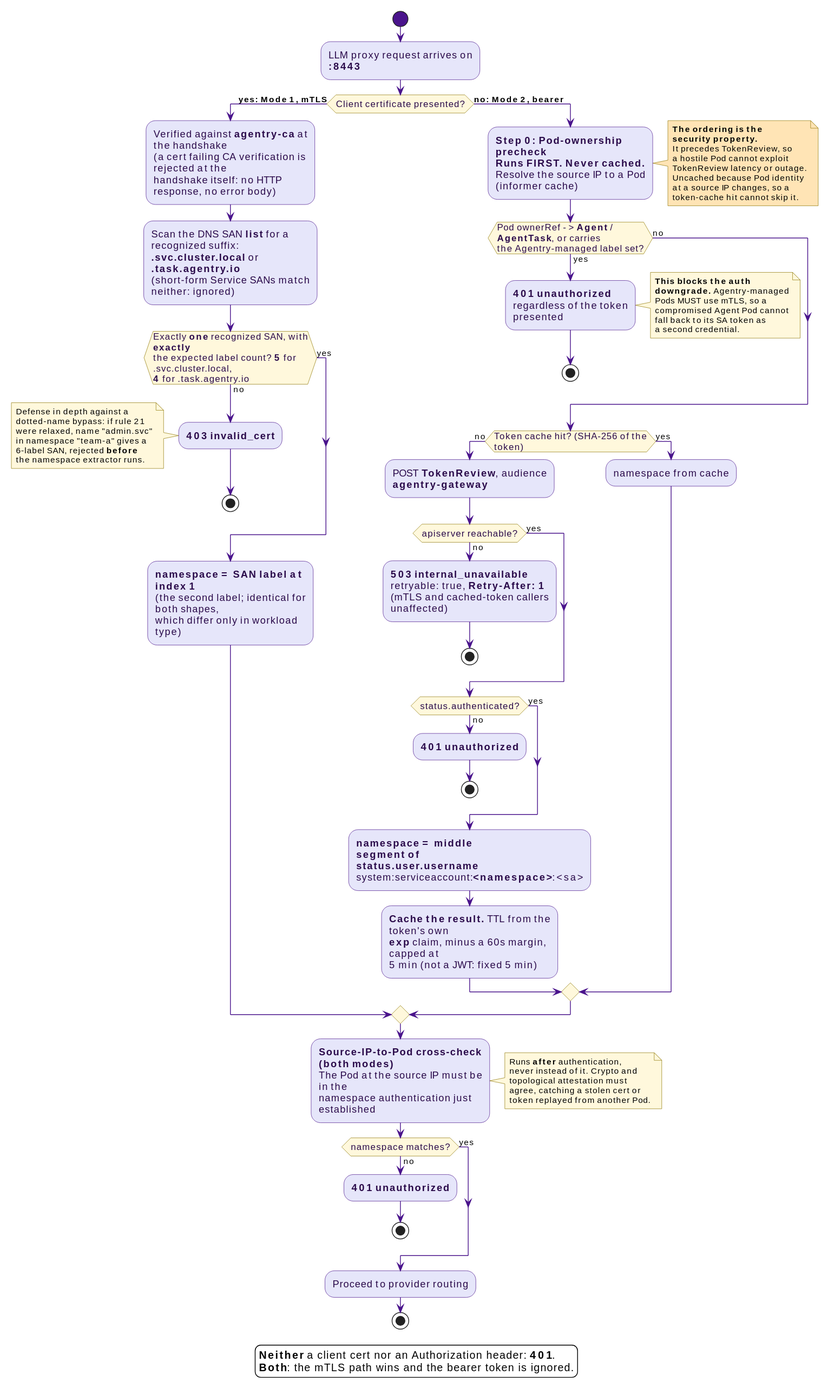
win07xp/kaalm keeps this PlantUML diagram as docs/src/diagrams/workload-auth-modes.svg. Above is the earlier version. Source of this version:
```plantuml
@startuml
!include _style.puml

start
:LLM proxy request arrives on **:8443**;

if (Client certificate presented?) then (**yes: Mode 1, mTLS**)

  :Verified against **agentry-ca** at the handshake\n(a cert failing CA verification is rejected at the\nhandshake itself: no HTTP response, no error body);

  :Scan the DNS SAN **list** for a recognized suffix:\n**.svc.cluster.local** or **.task.agentry.io**\n(short-form Service SANs match neither: ignored);

  if (Exactly **one** recognized SAN, with **exactly**\nthe expected label count? **5** for .svc.cluster.local,\n**4** for .task.agentry.io) then (no)
    :**403 invalid_cert**;
    note left
      Defense in depth against a
      dotted-name bypass: if rule 21
      were relaxed, name "admin.svc"
      in namespace "team-a" gives a
      6-label SAN, rejected **before**
      the namespace extractor runs.
    end note
    stop
  else (yes)
  endif

  :**namespace = SAN label at index 1**\n(the second label; identical for both shapes,\nwhich differ only in workload type);

else (**no: Mode 2, bearer**)

  :**Step 0: Pod-ownership precheck**\n**Runs FIRST. Never cached.**\nResolve the source IP to a Pod (informer cache);
  note right #FFE4B5
    **The ordering is the**
    **security property.**
    It precedes TokenReview, so
    a hostile Pod cannot exploit
    TokenReview latency or outage.
    Uncached because Pod identity
    at a source IP changes, so a
    token-cache hit cannot skip it.
  end note

  if (Pod ownerRef -> **Agent** / **AgentTask**, or carries\nthe Agentry-managed label set?) then (yes)
    :**401 unauthorized**\nregardless of the token presented;
    note right
      **This blocks the auth**
      **downgrade.** Agentry-managed
      Pods MUST use mTLS, so a
      compromised Agent Pod cannot
      fall back to its SA token as
      a second credential.
    end note
    stop
  else (no)
  endif

  if (Token cache hit? (SHA-256 of the token)) then (no)
    :POST **TokenReview**, audience **agentry-gateway**;

    if (apiserver reachable?) then (no)
      :**503 internal_unavailable**\nretryable: true, **Retry-After: 1**\n(mTLS and cached-token callers unaffected);
      stop
    else (yes)
    endif

    if (status.authenticated?) then (no)
      :**401 unauthorized**;
      stop
    else (yes)
    endif

    :**namespace = middle segment of**\n**status.user.username**\nsystem:serviceaccount:**<namespace>**:<sa>;
    :**Cache the result.** TTL from the token's own\n**exp** claim, minus a 60s margin, capped at\n5 min (not a JWT: fixed 5 min);
  else (yes)
    :namespace from cache;
  endif
endif

:**Source-IP-to-Pod cross-check (both modes)**\nThe Pod at the source IP must be in the\nnamespace authentication just established;
note right
  Runs **after** authentication,
  never instead of it. Crypto and
  topological attestation must
  agree, catching a stolen cert or
  token replayed from another Pod.
end note

if (namespace matches?) then (no)
  :**401 unauthorized**;
  stop
else (yes)
endif

:Proceed to provider routing;
stop

legend bottom
  **Neither** a client cert nor an Authorization header: **401**.
  **Both**: the mTLS path wins and the bearer token is ignored.
endlegend
@enduml
```
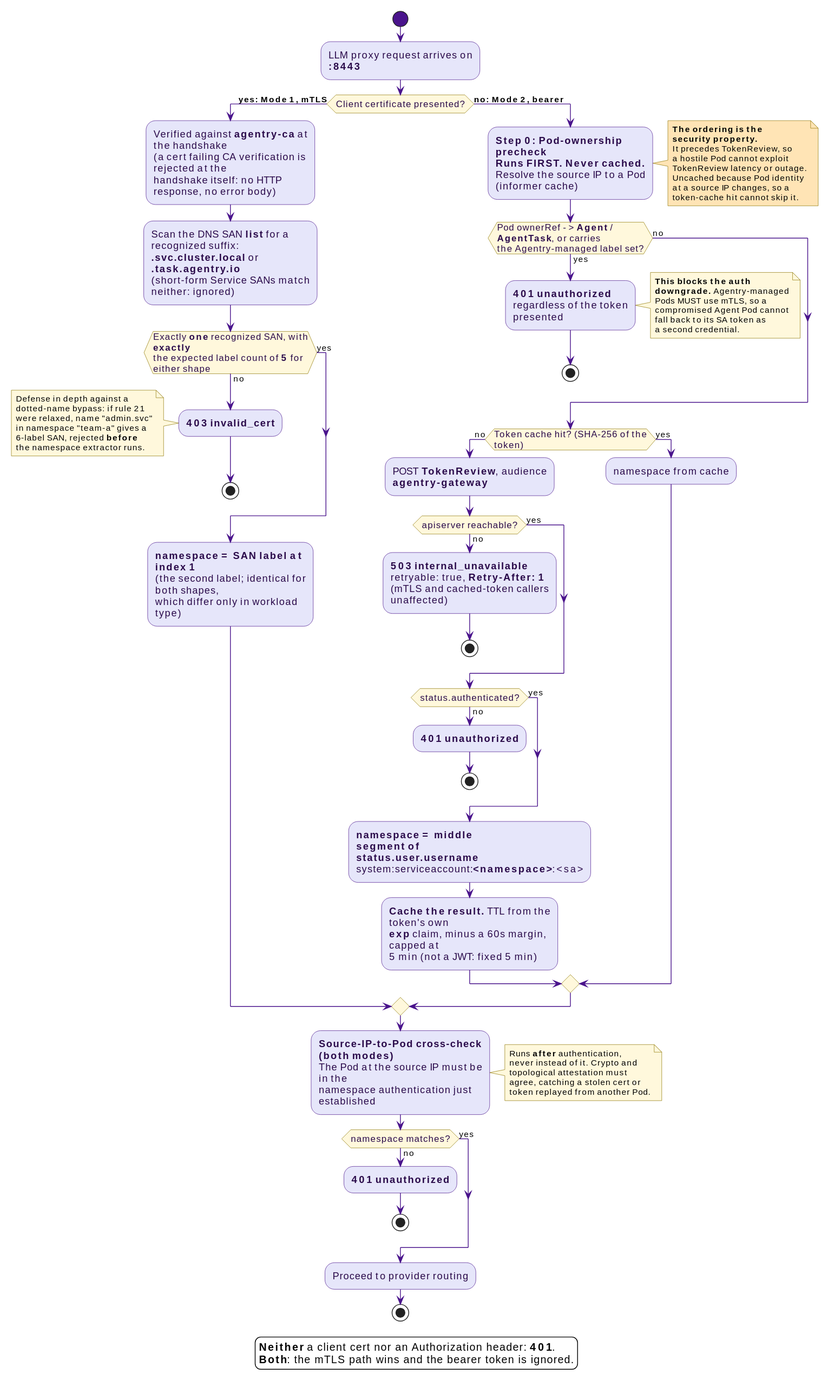
Later version of the same file.

What changed in the source:
```diff
@@ -10,7 +10,7 @@
 
   :Scan the DNS SAN **list** for a recognized suffix:\n**.svc.cluster.local** or **.task.agentry.io**\n(short-form Service SANs match neither: ignored);
 
-  if (Exactly **one** recognized SAN, with **exactly**\nthe expected label count? **5** for .svc.cluster.local,\n**4** for .task.agentry.io) then (no)
+  if (Exactly **one** recognized SAN, with **exactly**\nthe expected label count of **5** for either shape) then (no)
     :**403 invalid_cert**;
     note left
       Defense in depth against a
```
